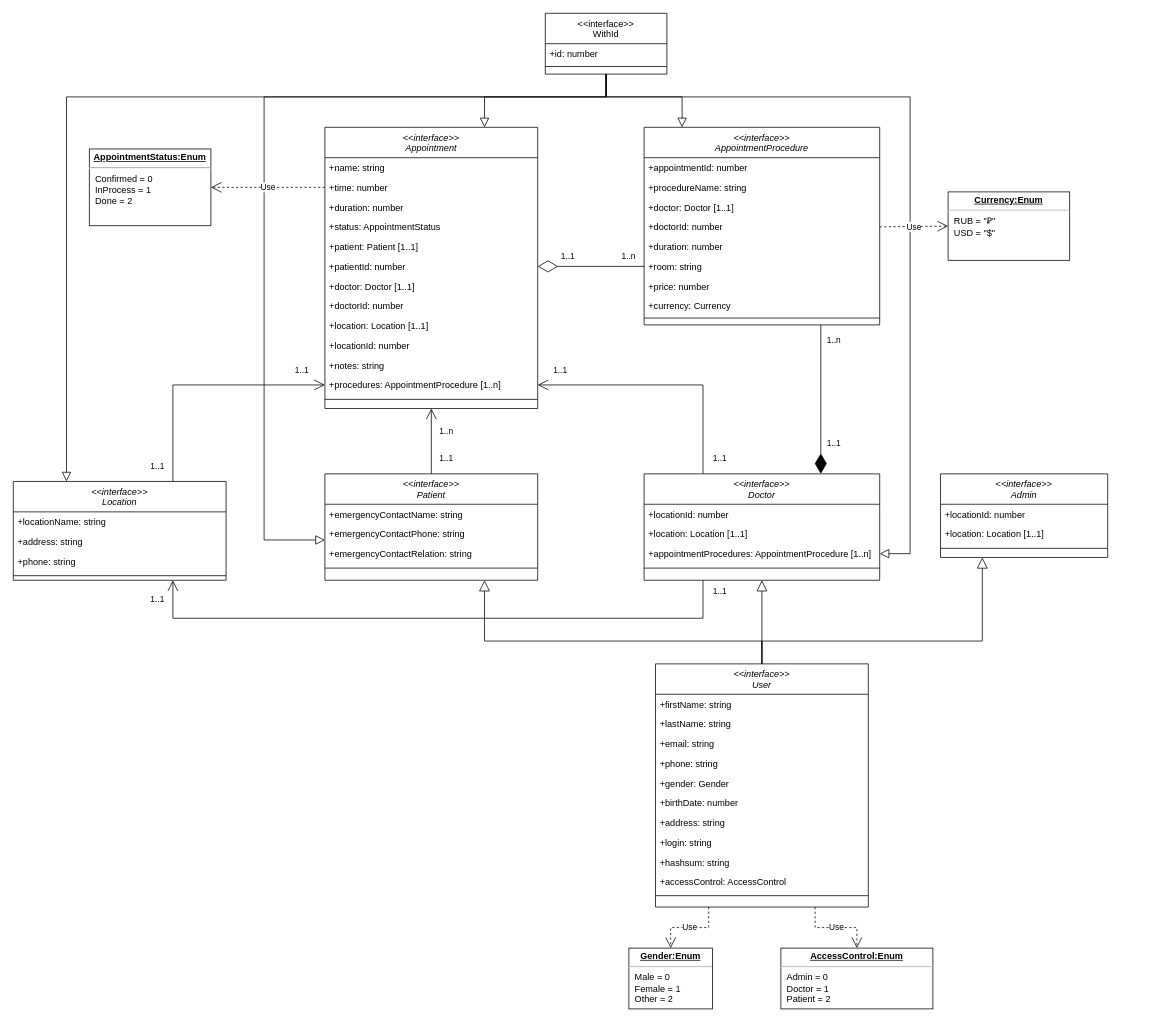
Before: Untitled Diagram.drawio in arturyumaev/Bachelor-Diploma-Docs, a draw.io diagram. Source tidied: cells renumbered, new cells numbered last; positions are measured from the earlier drawing's top-left corner, leaving out a move shared by most shapes. Both pictures are drawn from the tidied source at 76%, with x=0, y=0 at pixel (13, 13).
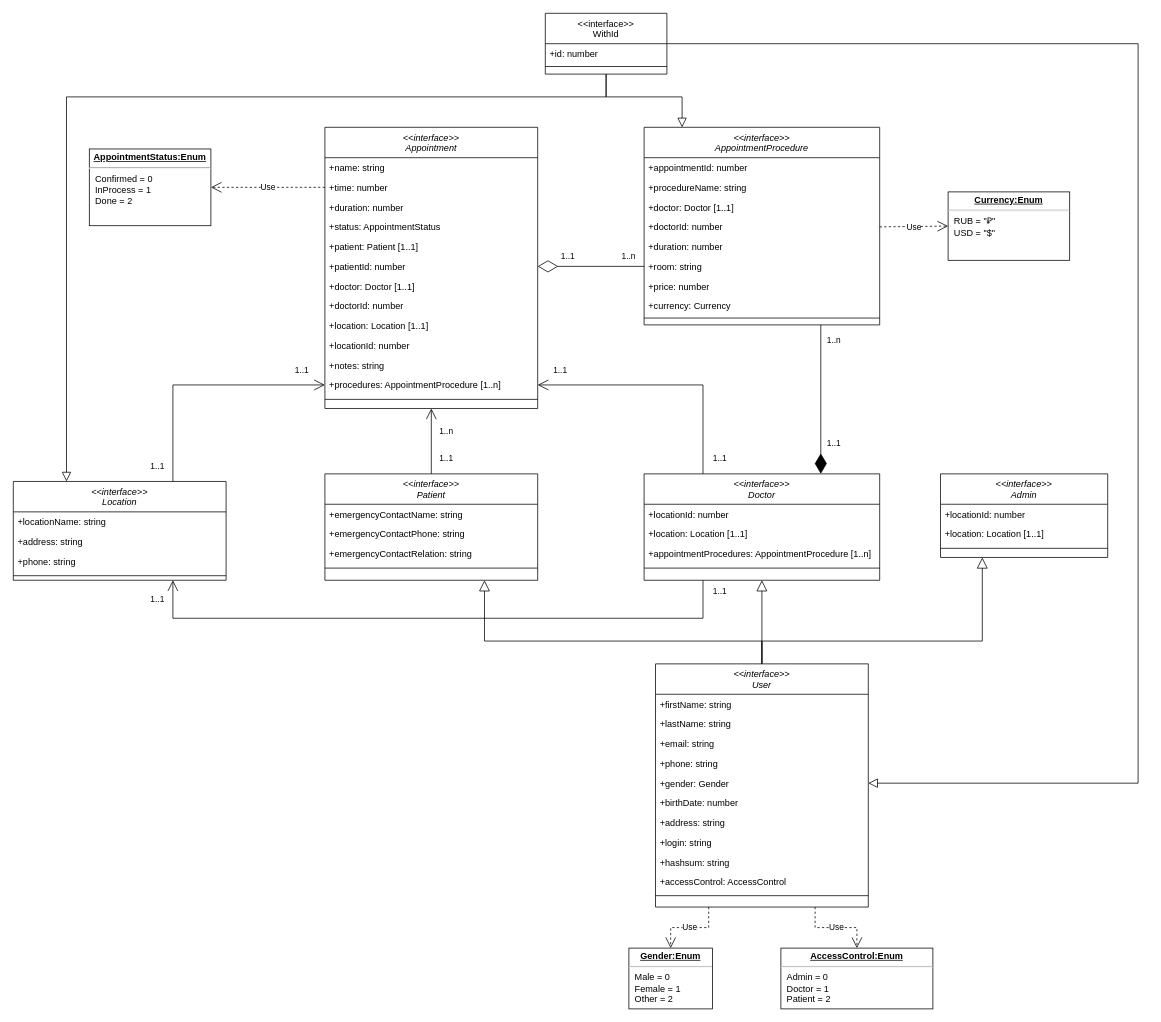
The same diagram, later.

Unchanged cells that the change refers to:
```xml
<mxCell id="2" value="&lt;&lt;interface&gt;&gt;&#10;Appointment" style="swimlane;fontStyle=2;align=center;verticalAlign=top;horizontal=1;startSize=40;rounded=0;shadow=0;strokeWidth=1;" parent="1" vertex="1">
  <mxGeometry x="410" y="150" width="280" height="370" as="geometry" />
</mxCell>
<mxCell id="16" value="&lt;&lt;interface&gt;&gt;&#10;WithId" style="swimlane;fontStyle=0;align=center;verticalAlign=top;horizontal=1;startSize=40;rounded=0;shadow=0;strokeWidth=1;" parent="1" vertex="1">
  <mxGeometry x="700" width="160" height="80" as="geometry" />
</mxCell>
<mxCell id="42" value="+appointmentProcedures: AppointmentProcedure [1..n]" style="text;align=left;verticalAlign=top;spacingLeft=4;spacingRight=4;overflow=hidden;points=[[0,0.5],[1,0.5]];portConstraint=eastwest;rounded=0;shadow=0;html=0;" parent="39" vertex="1">
  <mxGeometry y="92" width="310" height="26" as="geometry" />
</mxCell>
<mxCell id="82" value="+gender: Gender" style="text;align=left;verticalAlign=top;spacingLeft=4;spacingRight=4;overflow=hidden;points=[[0,0.5],[1,0.5]];portConstraint=eastwest;rounded=0;shadow=0;html=0;" parent="77" vertex="1">
  <mxGeometry y="144" width="280" height="26" as="geometry" />
</mxCell>
```

The edit, as a diff of the source:
```diff
@@
-    <mxCell id="19" style="endArrow=block;endSize=10;endFill=0;shadow=0;strokeWidth=1;rounded=0;edgeStyle=elbowEdgeStyle;elbow=vertical;entryX=0.75;entryY=0;entryDx=0;entryDy=0;" parent="1" edge="1" source="16" target="2">
+    <mxCell id="19" style="endArrow=block;endSize=10;endFill=0;shadow=0;strokeWidth=1;rounded=0;edgeStyle=elbowEdgeStyle;elbow=vertical;entryX=1;entryY=0.5;entryDx=0;entryDy=0;" parent="1" edge="1" source="16" target="82">
       <mxGeometry relative="1" as="geometry">
         <Array as="points">
-          <mxPoint x="670" y="110" />
+          <mxPoint x="1480" y="550" />
         </Array>
       </mxGeometry>
     </mxCell>
@@
-    <mxCell id="50" style="endArrow=block;endSize=10;endFill=0;shadow=0;strokeWidth=1;rounded=0;edgeStyle=orthogonalEdgeStyle;elbow=vertical;exitX=0.5;exitY=1;exitDx=0;exitDy=0;entryX=0;entryY=0.5;entryDx=0;entryDy=0;" parent="1" edge="1" source="16">
-      <mxGeometry relative="1" as="geometry">
-        <mxPoint x="410" y="693" as="targetPoint" />
-        <Array as="points">
-          <mxPoint x="780" y="110" />
-          <mxPoint x="330" y="110" />
-          <mxPoint x="330" y="693" />
-        </Array>
-      </mxGeometry>
-    </mxCell>
-    <mxCell id="51" style="endArrow=block;endSize=10;endFill=0;shadow=0;strokeWidth=1;rounded=0;edgeStyle=orthogonalEdgeStyle;elbow=vertical;exitX=0.5;exitY=1;exitDx=0;exitDy=0;entryX=1;entryY=0.5;entryDx=0;entryDy=0;" parent="1" edge="1" source="16" target="42">
-      <mxGeometry relative="1" as="geometry">
-        <Array as="points">
-          <mxPoint x="780" y="110" />
-          <mxPoint x="1180" y="110" />
-          <mxPoint x="1180" y="711" />
-        </Array>
-      </mxGeometry>
-    </mxCell>
```
